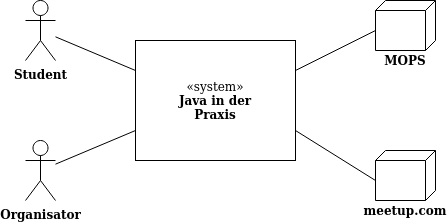
Before: documentation/images/03_fachlicher_kontext.png, a diagram exported from draw.io (hhu-propra2-2019/abschlussprojekt-grossbrandtmeister). Source tidied: cells renumbered, new cells last; positions are measured from the earlier drawing's top-left corner, leaving out a move shared by most shapes.
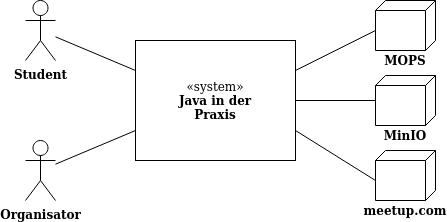
The same diagram one commit later.

Diff of the diagram source:
```diff
@@ -38,5 +38,14 @@
     <mxCell id="13" style="endArrow=none;html=1;exitX=1;exitY=0.75;exitDx=0;exitDy=0;entryX=0;entryY=0;entryDx=30;entryDy=60;entryPerimeter=0;" parent="1" edge="1" source="2" target="9">
       <mxGeometry relative="1" as="geometry" />
     </mxCell>
+    <mxCell id="14" style="verticalAlign=top;align=left;spacingTop=8;spacingLeft=2;spacingRight=12;shape=cube;size=10;direction=south;fontStyle=4;html=1;" parent="1" vertex="1">
+      <mxGeometry x="350" y="75" width="60" height="50" as="geometry" />
+    </mxCell>
+    <mxCell id="15" value="&lt;b&gt;MinIO&lt;/b&gt;" style="text;html=1;strokeColor=none;fillColor=none;align=center;verticalAlign=middle;whiteSpace=wrap;rounded=0;" parent="1" vertex="1">
+      <mxGeometry x="360" y="125" width="40" height="20" as="geometry" />
+    </mxCell>
+    <mxCell id="16" style="endArrow=none;html=1;exitX=1;exitY=0.5;exitDx=0;exitDy=0;" parent="1" edge="1" source="2" target="14">
+      <mxGeometry relative="1" as="geometry" />
+    </mxCell>
   </root>
 </mxGraphModel>
```
